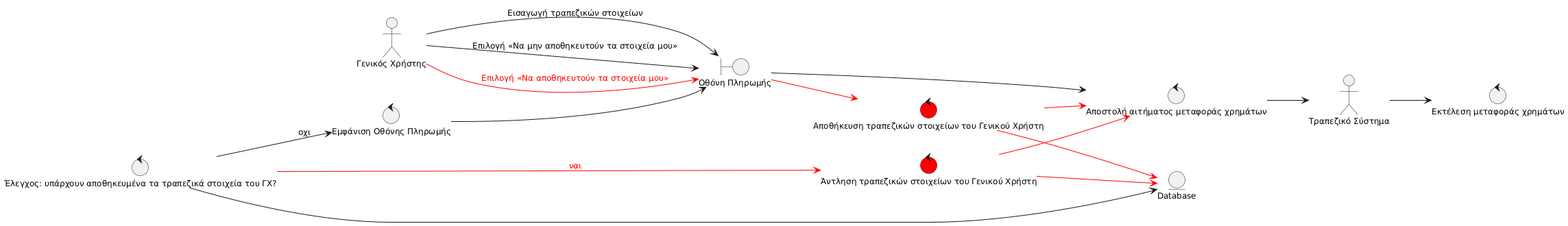
Before: Paradoteo_4/Robustness-diagrams-v0.3/13. Pay.png, a diagram exported from PlantUML (RubenKingCP/Tunix). The source it was exported from:
```plantuml
@startuml
skinparam defaultFontSize 12
left to right direction

actor "Γενικός Χρήστης" as GX
actor "Τραπεζικό Σύστημα" as BNK

boundary "Οθόνη Πληρωμής" as B_PAY
control "Έλεγχος: υπάρχουν αποθηκευμένα τα τραπεζικά στοιχεία του ΓΧ?" as C_ISSAVED
control "Εμφάνιση Οθόνης Πληρωμής" as C_DSPPAY
control "Αποστολή αιτήματος μεταφοράς χρημάτων" as C_MONEYREQ
control "Εκτέλεση μεταφοράς χρημάτων" as C_SENDMONEY
control "Άντληση τραπεζικών στοιχείων του Γενικού Χρήστη" as C_FETCHBNKDATA #red
control "Αποθήκευση τραπεζικών στοιχείων του Γενικού Χρήστη" as C_SVBNK #red

entity "Database" as E_DB

C_ISSAVED --> E_DB
C_ISSAVED --> C_DSPPAY : οχι
C_DSPPAY --> B_PAY
GX --> B_PAY : Εισαγωγή τραπεζικών στοιχείων
GX --> B_PAY : Επιλογή <<Να μην αποθηκευτούν τα στοιχεία μου>>
B_PAY --> C_MONEYREQ
C_MONEYREQ --> BNK
BNK --> C_SENDMONEY
C_ISSAVED -[#red]-> C_FETCHBNKDATA : <font color="red">ναι</font>
C_FETCHBNKDATA -[#red]-> E_DB
C_FETCHBNKDATA -[#red]-> C_MONEYREQ
GX -[#red]-> B_PAY : <font color="red">Επιλογή <<Να αποθηκευτούν τα στοιχεία μου>></font>
B_PAY -[#red]-> C_SVBNK
C_SVBNK -[#red]-> E_DB
C_SVBNK -[#red]-> C_MONEYREQ
@enduml
```
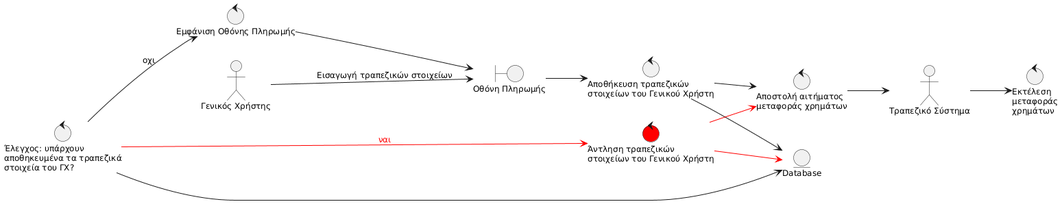
After the change.

Diff of the diagram source:
```diff
@@ -6,12 +6,12 @@
 actor "Τραπεζικό Σύστημα" as BNK
 
 boundary "Οθόνη Πληρωμής" as B_PAY
-control "Έλεγχος: υπάρχουν αποθηκευμένα τα τραπεζικά στοιχεία του ΓΧ?" as C_ISSAVED
+control "Έλεγχος: υπάρχουν\nαποθηκευμένα τα τραπεζικά\nστοιχεία του ΓΧ?" as C_ISSAVED
 control "Εμφάνιση Οθόνης Πληρωμής" as C_DSPPAY
-control "Αποστολή αιτήματος μεταφοράς χρημάτων" as C_MONEYREQ
-control "Εκτέλεση μεταφοράς χρημάτων" as C_SENDMONEY
-control "Άντληση τραπεζικών στοιχείων του Γενικού Χρήστη" as C_FETCHBNKDATA #red
-control "Αποθήκευση τραπεζικών στοιχείων του Γενικού Χρήστη" as C_SVBNK #red
+control "Αποστολή αιτήματος\nμεταφοράς χρημάτων" as C_MONEYREQ
+control "Εκτέλεση\nμεταφοράς\nχρημάτων" as C_SENDMONEY
+control "Άντληση τραπεζικών\nστοιχείων του Γενικού Χρήστη" as C_FETCHBNKDATA #red
+control "Αποθήκευση τραπεζικών\nστοιχείων του Γενικού Χρήστη" as C_SVBNK
 
 entity "Database" as E_DB
 
@@ -19,15 +19,12 @@
 C_ISSAVED --> C_DSPPAY : οχι
 C_DSPPAY --> B_PAY
 GX --> B_PAY : Εισαγωγή τραπεζικών στοιχείων
-GX --> B_PAY : Επιλογή <<Να μην αποθηκευτούν τα στοιχεία μου>>
-B_PAY --> C_MONEYREQ
+B_PAY --> C_SVBNK
+C_SVBNK --> E_DB
+C_SVBNK --> C_MONEYREQ
 C_MONEYREQ --> BNK
 BNK --> C_SENDMONEY
 C_ISSAVED -[#red]-> C_FETCHBNKDATA : <font color="red">ναι</font>
 C_FETCHBNKDATA -[#red]-> E_DB
 C_FETCHBNKDATA -[#red]-> C_MONEYREQ
-GX -[#red]-> B_PAY : <font color="red">Επιλογή <<Να αποθηκευτούν τα στοιχεία μου>></font>
-B_PAY -[#red]-> C_SVBNK
-C_SVBNK -[#red]-> E_DB
-C_SVBNK -[#red]-> C_MONEYREQ
 @enduml
```
